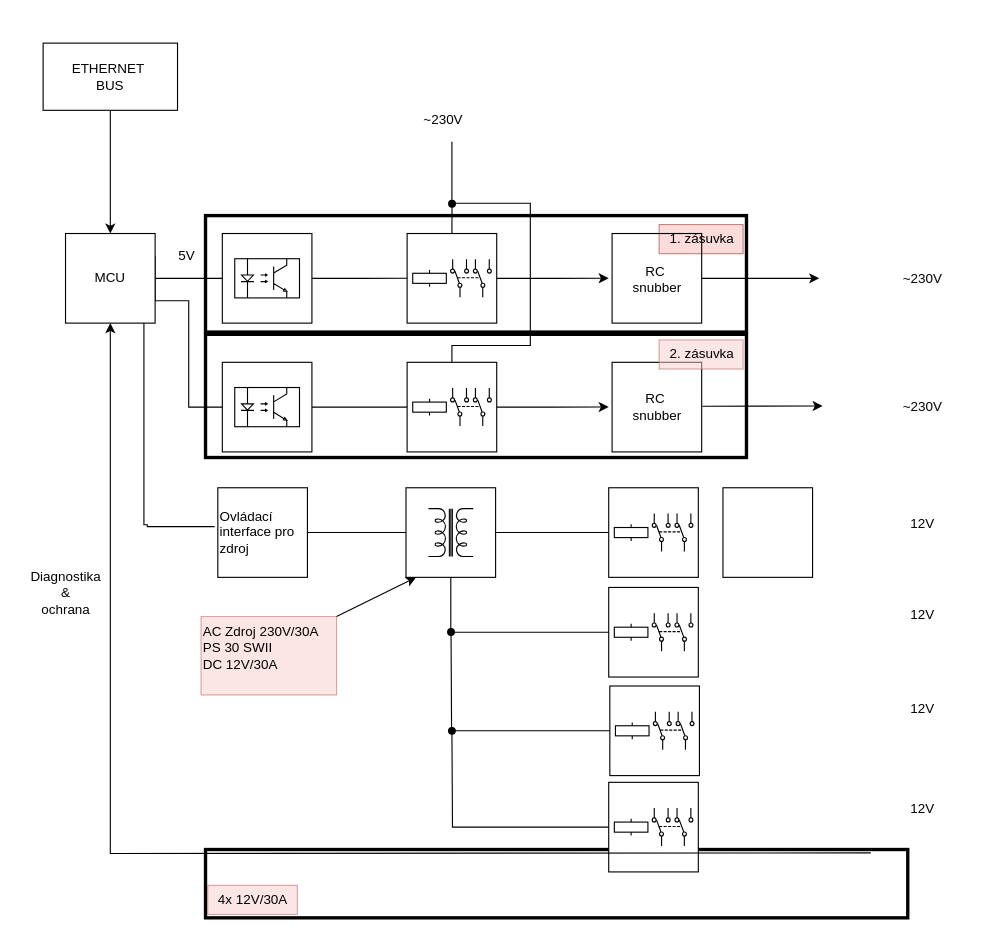
The draw.io diagram blokove_schema.drawio in AdminTextilka/Bakalarka, before the edit. Source tidied: cells renumbered, new cells numbered last; positions are measured from the earlier drawing's top-left corner, leaving out a move shared by most shapes. Both pictures are drawn from the tidied source at 112%, with x=0, y=0 at pixel (19, 43).
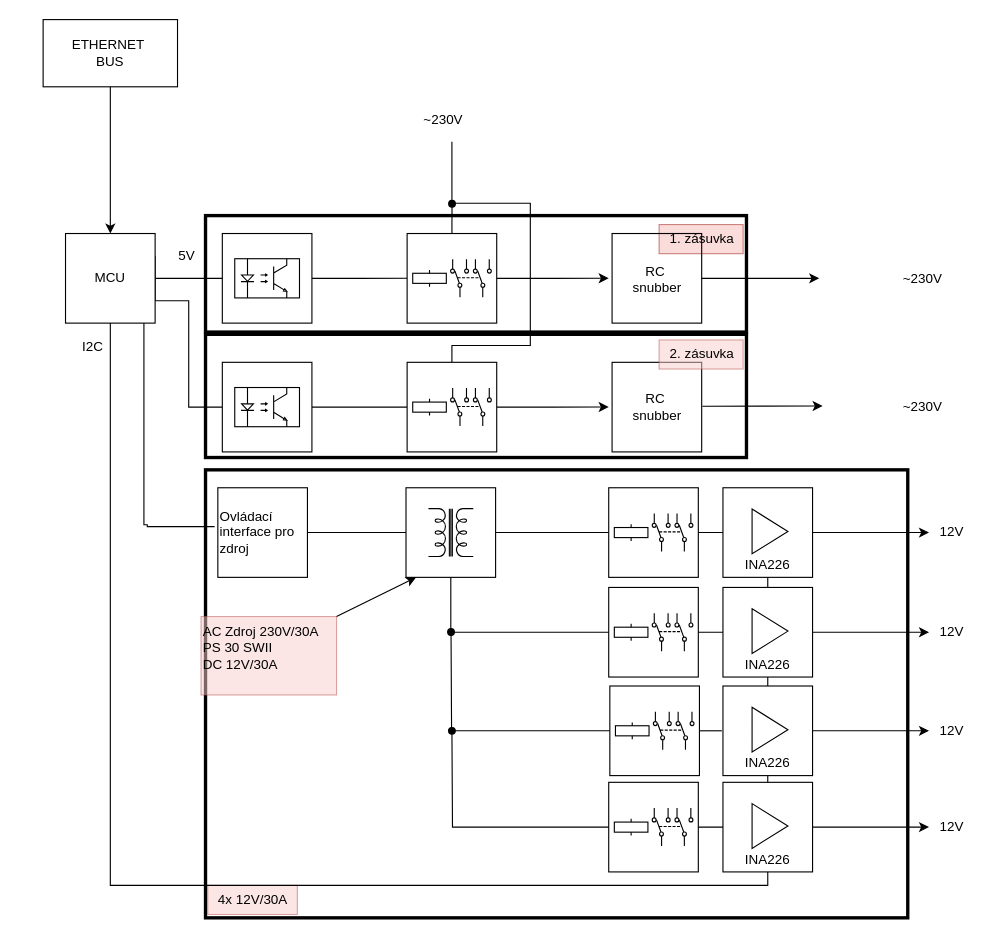
The same diagram, later.

Commit message:
přidaní INA obvodu

The change refers to these unchanged cells:
```xml
<mxCell id="13" value="MCU" style="whiteSpace=wrap;html=1;" parent="1" vertex="1">
  <mxGeometry x="41" y="170" width="80" height="80" as="geometry" />
</mxCell>
<mxCell id="48" style="whiteSpace=wrap;html=1;" parent="47" vertex="1">
  <mxGeometry width="80" height="80" as="geometry" />
</mxCell>
<mxCell id="52" style="whiteSpace=wrap;html=1;" parent="51" vertex="1">
  <mxGeometry width="80" height="80" as="geometry" />
</mxCell>
<mxCell id="55" style="group;" parent="1" vertex="1">
  <mxGeometry x="527" y="574" width="80" height="80" as="geometry" />
</mxCell>
<mxCell id="57" style="whiteSpace=wrap;html=1;" parent="55" vertex="1">
  <mxGeometry width="80" height="80" as="geometry" />
</mxCell>
<mxCell id="62" style="whiteSpace=wrap;html=1;" parent="60" vertex="1">
  <mxGeometry width="80" height="80" as="geometry" />
</mxCell>
```

Change to the diagram source:
```diff
@@
     <mxCell id="31" value="12V" style="text;html=1;align=center;verticalAlign=middle;points=[];strokeColor=none;fillColor=none;" parent="1" vertex="1">
-      <mxGeometry x="785.5" y="414" width="40" height="30" as="geometry" />
+      <mxGeometry x="812" y="422" width="40" height="30" as="geometry" />
     </mxCell>
-    <mxCell id="32" style="edgeStyle=orthogonalEdgeStyle;rounded=0;jettySize=auto;html=1;entryX=0.5;entryY=0;entryDx=0;entryDy=0;" parent="1" edge="1" source="33">
+    <mxCell id="32" style="edgeStyle=orthogonalEdgeStyle;rounded=0;orthogonalLoop=1;jettySize=auto;html=1;entryX=0.5;entryY=0;entryDx=0;entryDy=0;" parent="1" edge="1">
       <mxGeometry relative="1" as="geometry">
+        <mxPoint x="81" y="60" as="sourcePoint" />
         <mxPoint x="81" y="170" as="targetPoint" />
         <Array as="points">
           <mxPoint x="81" y="30" />
         </Array>
       </mxGeometry>
     </mxCell>
     <mxCell id="33" value="ETHERNET&amp;nbsp;&lt;br&gt;BUS" style="rounded=0;whiteSpace=wrap;html=1;" parent="1" vertex="1">
-      <mxGeometry x="21" width="120" height="60" as="geometry" />
+      <mxGeometry x="21" y="-21" width="120" height="60" as="geometry" />
     </mxCell>
@@
     <mxCell id="43" style="rounded=0;whiteSpace=wrap;html=1;fillColor=none;strokeWidth=3;" parent="1" vertex="1">
-      <mxGeometry x="166" y="720" width="627" height="61" as="geometry" />
+      <mxGeometry x="166" y="381" width="627" height="400" as="geometry" />
     </mxCell>
@@
+    <mxCell id="78" style="edgeStyle=orthogonalEdgeStyle;rounded=0;jettySize=auto;html=1;endArrow=none;endFill=0;" parent="55" edge="1" source="57">
+      <mxGeometry relative="1" as="geometry">
+        <mxPoint x="100.4" y="40" as="targetPoint" />
+      </mxGeometry>
+    </mxCell>
@@
     <mxCell id="65" value="12V" style="text;html=1;align=center;verticalAlign=middle;points=[];strokeColor=none;fillColor=none;" parent="1" vertex="1">
-      <mxGeometry x="785.5" y="496" width="40" height="30" as="geometry" />
+      <mxGeometry x="812" y="511" width="40" height="30" as="geometry" />
     </mxCell>
     <mxCell id="66" value="12V" style="text;html=1;align=center;verticalAlign=middle;points=[];strokeColor=none;fillColor=none;" parent="1" vertex="1">
-      <mxGeometry x="785.5" y="580" width="40" height="30" as="geometry" />
+      <mxGeometry x="812" y="599" width="40" height="30" as="geometry" />
     </mxCell>
     <mxCell id="67" value="12V" style="text;html=1;align=center;verticalAlign=middle;points=[];strokeColor=none;fillColor=none;" parent="1" vertex="1">
-      <mxGeometry x="785.5" y="669" width="40" height="30" as="geometry" />
+      <mxGeometry x="812" y="685" width="40" height="30" as="geometry" />
     </mxCell>
-    <mxCell id="68" style="edgeStyle=orthogonalEdgeStyle;rounded=0;jettySize=auto;html=1;exitX=0.5;exitY=1;exitDx=0;exitDy=0;entryX=0.5;entryY=1;entryDx=0;entryDy=0;" parent="1" edge="1" target="13">
-      <mxGeometry relative="1" as="geometry">
-        <mxPoint x="760" y="723" as="sourcePoint" />
-      </mxGeometry>
-    </mxCell>
-    <mxCell id="69" value="Diagnostika&lt;br&gt;&amp;amp;&lt;br&gt;ochrana" style="text;html=1;align=center;verticalAlign=middle;strokeColor=none;fillColor=none;" parent="1" vertex="1">
-      <mxGeometry y="463" width="81" height="55" as="geometry" />
+    <mxCell id="69" value="I2C" style="text;html=1;align=center;verticalAlign=middle;strokeColor=none;fillColor=none;" parent="1" vertex="1">
+      <mxGeometry x="46" y="258" width="37" height="26" as="geometry" />
     </mxCell>
@@
+    <mxCell id="79" style="edgeStyle=orthogonalEdgeStyle;rounded=0;jettySize=auto;html=1;entryX=0.5;entryY=0;entryDx=0;entryDy=0;endArrow=none;endFill=0;" parent="1" edge="1" source="77" target="84">
+      <mxGeometry relative="1" as="geometry" />
+    </mxCell>
+    <mxCell id="80" style="edgeStyle=orthogonalEdgeStyle;rounded=0;jettySize=auto;html=1;" parent="1" edge="1" source="77" target="31">
+      <mxGeometry relative="1" as="geometry" />
+    </mxCell>
-    <mxCell id="77" style="whiteSpace=wrap;html=1;" parent="1" vertex="1">
+    <mxCell id="77" value="&lt;br&gt;&lt;br&gt;&lt;br&gt;&lt;br&gt;INA226" style="whiteSpace=wrap;html=1;" parent="1" vertex="1">
       <mxGeometry x="628" y="397" width="80" height="80" as="geometry" />
     </mxCell>
+    <mxCell id="81" style="triangle;whiteSpace=wrap;html=1;" parent="1" vertex="1">
+      <mxGeometry x="654" y="416" width="32" height="40" as="geometry" />
+    </mxCell>
+    <mxCell id="82" style="edgeStyle=orthogonalEdgeStyle;rounded=0;jettySize=auto;html=1;entryX=0.5;entryY=0;entryDx=0;entryDy=0;endArrow=none;endFill=0;" parent="1" edge="1" source="84" target="88">
+      <mxGeometry relative="1" as="geometry" />
+    </mxCell>
+    <mxCell id="83" style="edgeStyle=orthogonalEdgeStyle;rounded=0;jettySize=auto;html=1;" parent="1" edge="1" source="84" target="65">
+      <mxGeometry relative="1" as="geometry" />
+    </mxCell>
+    <mxCell id="84" value="&lt;br&gt;&lt;br&gt;&lt;br&gt;&lt;br&gt;INA226" style="whiteSpace=wrap;html=1;" parent="1" vertex="1">
+      <mxGeometry x="628" y="486" width="80" height="80" as="geometry" />
+    </mxCell>
+    <mxCell id="85" style="triangle;whiteSpace=wrap;html=1;" parent="1" vertex="1">
+      <mxGeometry x="654" y="505" width="32" height="40" as="geometry" />
+    </mxCell>
+    <mxCell id="86" style="edgeStyle=orthogonalEdgeStyle;rounded=0;jettySize=auto;html=1;entryX=0.5;entryY=0;entryDx=0;entryDy=0;endArrow=none;endFill=0;" parent="1" edge="1" source="88" target="92">
+      <mxGeometry relative="1" as="geometry" />
+    </mxCell>
+    <mxCell id="87" style="edgeStyle=orthogonalEdgeStyle;rounded=0;jettySize=auto;html=1;" parent="1" edge="1" source="88" target="66">
+      <mxGeometry relative="1" as="geometry" />
+    </mxCell>
+    <mxCell id="88" value="&lt;br&gt;&lt;br&gt;&lt;br&gt;&lt;br&gt;INA226" style="whiteSpace=wrap;html=1;" parent="1" vertex="1">
+      <mxGeometry x="628" y="574" width="80" height="80" as="geometry" />
+    </mxCell>
+    <mxCell id="89" style="triangle;whiteSpace=wrap;html=1;" parent="1" vertex="1">
+      <mxGeometry x="654" y="593" width="32" height="40" as="geometry" />
+    </mxCell>
+    <mxCell id="90" style="edgeStyle=orthogonalEdgeStyle;rounded=0;jettySize=auto;html=1;entryX=0.5;entryY=1;entryDx=0;entryDy=0;endArrow=none;endFill=0;exitX=0.5;exitY=1;exitDx=0;exitDy=0;" parent="1" edge="1" source="92" target="13">
+      <mxGeometry relative="1" as="geometry">
+        <Array as="points">
+          <mxPoint x="668" y="752" />
+          <mxPoint x="81" y="752" />
+        </Array>
+      </mxGeometry>
+    </mxCell>
+    <mxCell id="91" style="edgeStyle=orthogonalEdgeStyle;rounded=0;jettySize=auto;html=1;" parent="1" edge="1" source="92" target="67">
+      <mxGeometry relative="1" as="geometry" />
+    </mxCell>
+    <mxCell id="92" value="&lt;br&gt;&lt;br&gt;&lt;br&gt;&lt;br&gt;INA226" style="whiteSpace=wrap;html=1;" parent="1" vertex="1">
+      <mxGeometry x="628" y="660" width="80" height="80" as="geometry" />
+    </mxCell>
+    <mxCell id="93" style="triangle;whiteSpace=wrap;html=1;" parent="1" vertex="1">
+      <mxGeometry x="654" y="679" width="32" height="40" as="geometry" />
+    </mxCell>
+    <mxCell id="94" style="edgeStyle=orthogonalEdgeStyle;rounded=0;jettySize=auto;html=1;entryX=0;entryY=0.5;entryDx=0;entryDy=0;endArrow=none;endFill=0;" parent="1" edge="1" source="48" target="77">
+      <mxGeometry relative="1" as="geometry" />
+    </mxCell>
+    <mxCell id="95" style="edgeStyle=orthogonalEdgeStyle;rounded=0;jettySize=auto;html=1;entryX=0;entryY=0.5;entryDx=0;entryDy=0;endArrow=none;endFill=0;" parent="1" edge="1" source="52" target="84">
+      <mxGeometry relative="1" as="geometry" />
+    </mxCell>
+    <mxCell id="96" style="edgeStyle=orthogonalEdgeStyle;rounded=0;jettySize=auto;html=1;entryX=0;entryY=0.5;entryDx=0;entryDy=0;endArrow=none;endFill=0;" parent="1" edge="1" source="62" target="92">
+      <mxGeometry relative="1" as="geometry" />
+    </mxCell>
```
